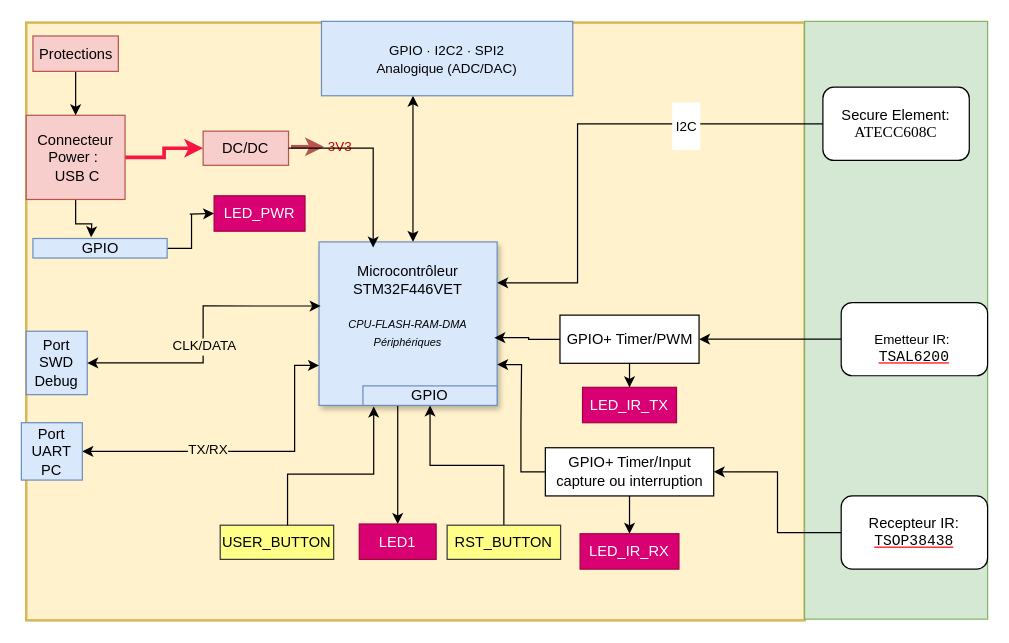
This is Partie_ARCHITECTURE/ArchitectureHW_officiel.drawio from kelly-kassin/PROJET_COMMUNICATION_CHIFFREE, a draw.io file, before an edit. Source tidied: cells renumbered, new cells numbered last; positions are measured from the earlier drawing's top-left corner, leaving out a move shared by most shapes. Both pictures are drawn from the tidied source at 122%, with x=0, y=0 at pixel (21, 21).
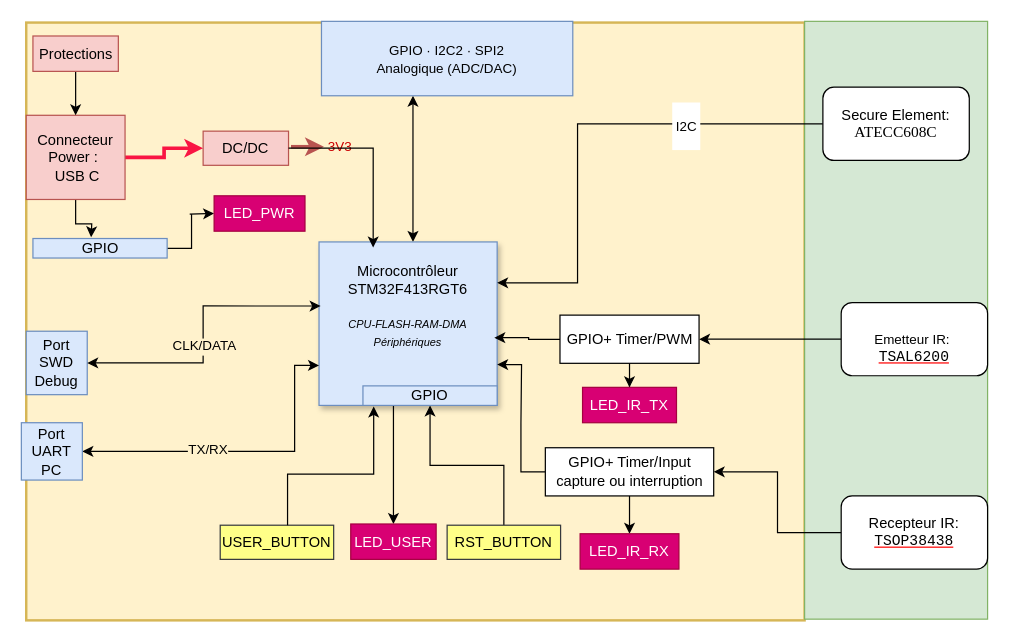
Above is the later version.

The edit, as a diff of the source:
```diff
@@
-    <mxCell id="7" value="Microcontrôleur&lt;br&gt;STM32F446VET&lt;div&gt;&lt;br&gt;&lt;i&gt;&lt;font style=&quot;font-size: 9px;&quot;&gt;CPU-FLASH-RAM-DMA&lt;br&gt;&lt;/font&gt;&lt;font style=&quot;font-size: 9px;&quot;&gt;Périphériques&lt;/font&gt;&lt;/i&gt;&lt;br&gt;&lt;br&gt;&lt;div&gt;&lt;br&gt;&lt;/div&gt;&lt;/div&gt;" style="rounded=0;whiteSpace=wrap;html=1;fillColor=#dae8fc;strokeColor=#6c8ebf;shadow=1;" parent="1" vertex="1">
+    <mxCell id="7" value="Microcontrôleur&lt;br&gt;STM32F413RGT6&lt;br&gt;&lt;div&gt;&lt;br&gt;&lt;i&gt;&lt;font style=&quot;font-size: 9px;&quot;&gt;CPU-FLASH-RAM-DMA&lt;br&gt;&lt;/font&gt;&lt;font style=&quot;font-size: 9px;&quot;&gt;Périphériques&lt;/font&gt;&lt;/i&gt;&lt;br&gt;&lt;br&gt;&lt;div&gt;&lt;br&gt;&lt;/div&gt;&lt;/div&gt;" style="rounded=0;whiteSpace=wrap;html=1;fillColor=#dae8fc;strokeColor=#6c8ebf;shadow=1;" parent="1" vertex="1">
       <mxGeometry x="244" y="180.8" width="146" height="134" as="geometry" />
     </mxCell>
@@
-    <mxCell id="10" value="LED1" style="rounded=0;whiteSpace=wrap;html=1;fillColor=#d80073;strokeColor=#A50040;fontColor=#ffffff;" parent="1" vertex="1">
-      <mxGeometry x="277" y="412" width="63" height="29" as="geometry" />
+    <mxCell id="10" value="LED_USER" style="rounded=0;whiteSpace=wrap;html=1;fillColor=#d80073;strokeColor=#A50040;fontColor=#ffffff;" parent="1" vertex="1">
+      <mxGeometry x="270" y="412" width="70" height="29" as="geometry" />
     </mxCell>
```
